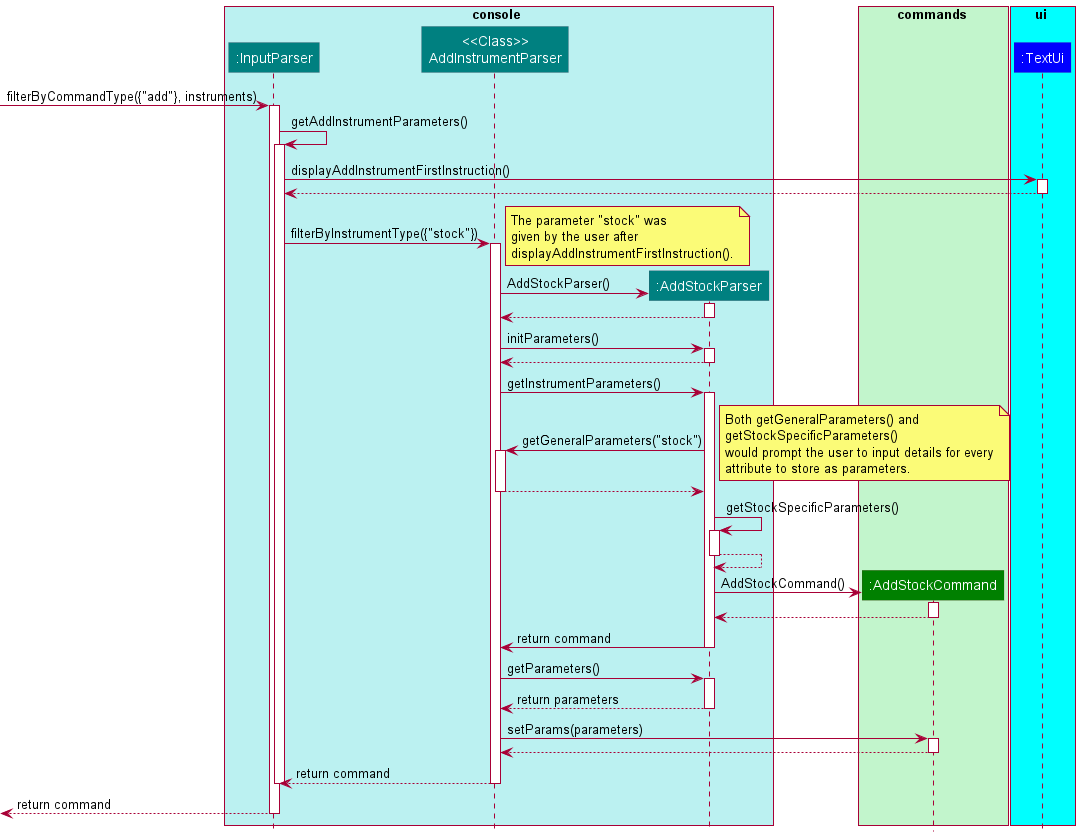
The PlantUML diagram docs/images/AddStockSequenceDiagram.png in williamlamjy/mTracker, before a commit.
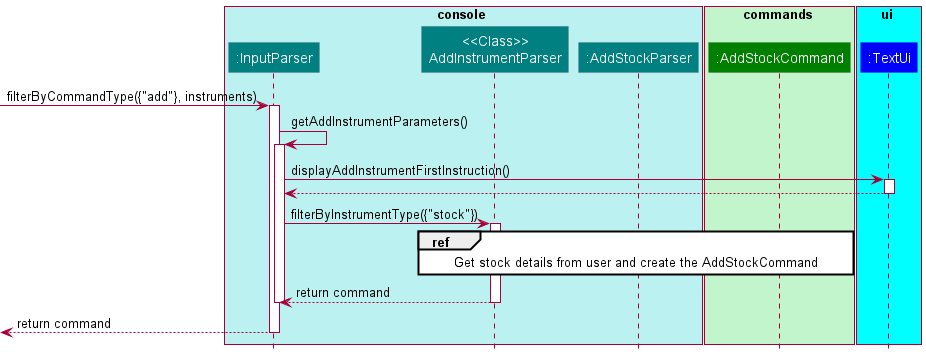
Above is the later version.

Commit message:
Create ref diagram for addstockseq

What changed in the source:
```diff
@@ -32,62 +32,9 @@
 InputParser -> AddInstrumentParser : filterByInstrumentType({"stock"})
 activate AddInstrumentParser
 
-note right
-The parameter "stock" was
-given by the user after
-displayAddInstrumentFirstInstruction().
-end note
-
-create AddStockParser
-AddInstrumentParser -> AddStockParser : AddStockParser()
-activate AddStockParser
-
-AddStockParser --> AddInstrumentParser
-deactivate AddStockParser
-
-AddInstrumentParser -> AddStockParser : initParameters()
-activate AddStockParser
-AddStockParser --> AddInstrumentParser
-deactivate AddStockParser
-
-AddInstrumentParser -> AddStockParser : getInstrumentParameters()
-activate AddStockParser
-AddStockParser -> AddInstrumentParser : getGeneralParameters("stock")
-
-note right
-Both getGeneralParameters() and
-getStockSpecificParameters()
-would prompt the user to input details for every
-attribute to store as parameters.
-end note
-
-activate AddInstrumentParser
-AddInstrumentParser --> AddStockParser
-deactivate AddInstrumentParser
-
-AddStockParser -> AddStockParser : getStockSpecificParameters()
-activate AddStockParser
-AddStockParser --> AddStockParser
-deactivate AddStockParser
-
-create AddStockCommand
-AddStockParser -> AddStockCommand : AddStockCommand()
-activate AddStockCommand
-AddStockCommand --> AddStockParser
-deactivate AddStockCommand
-
-AddStockParser -> AddInstrumentParser : return command
-deactivate AddStockParser
-
-AddInstrumentParser -> AddStockParser : getParameters()
-activate AddStockParser
-AddStockParser --> AddInstrumentParser : return parameters
-deactivate AddStockParser
-
-AddInstrumentParser -> AddStockCommand : setParams(parameters)
-activate AddStockCommand
-AddStockCommand --> AddInstrumentParser
-deactivate AddStockCommand
+ref over AddInstrumentParser, AddStockParser, AddStockCommand
+Get stock details from user and create the AddStockCommand
+endref
 
 AddInstrumentParser --> InputParser : return command
 deactivate AddInstrumentParser
```
